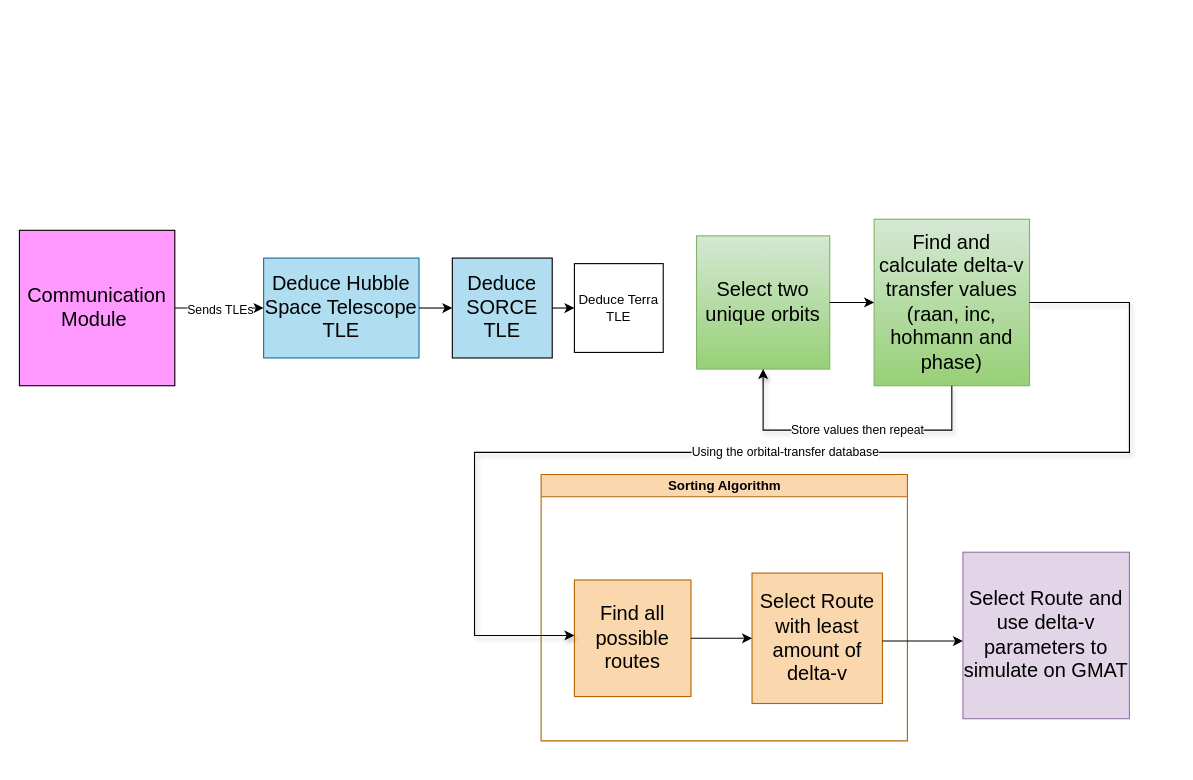
This is Code approach.drawio from zalak0/Repair_Satellite_Code, a draw.io file, before an edit. Source tidied: cells renumbered, new cells numbered last; positions are measured from the earlier drawing's top-left corner, leaving out a move shared by most shapes. Both pictures are drawn from the tidied source at 111%, with x=0, y=0 at pixel (19, 219).
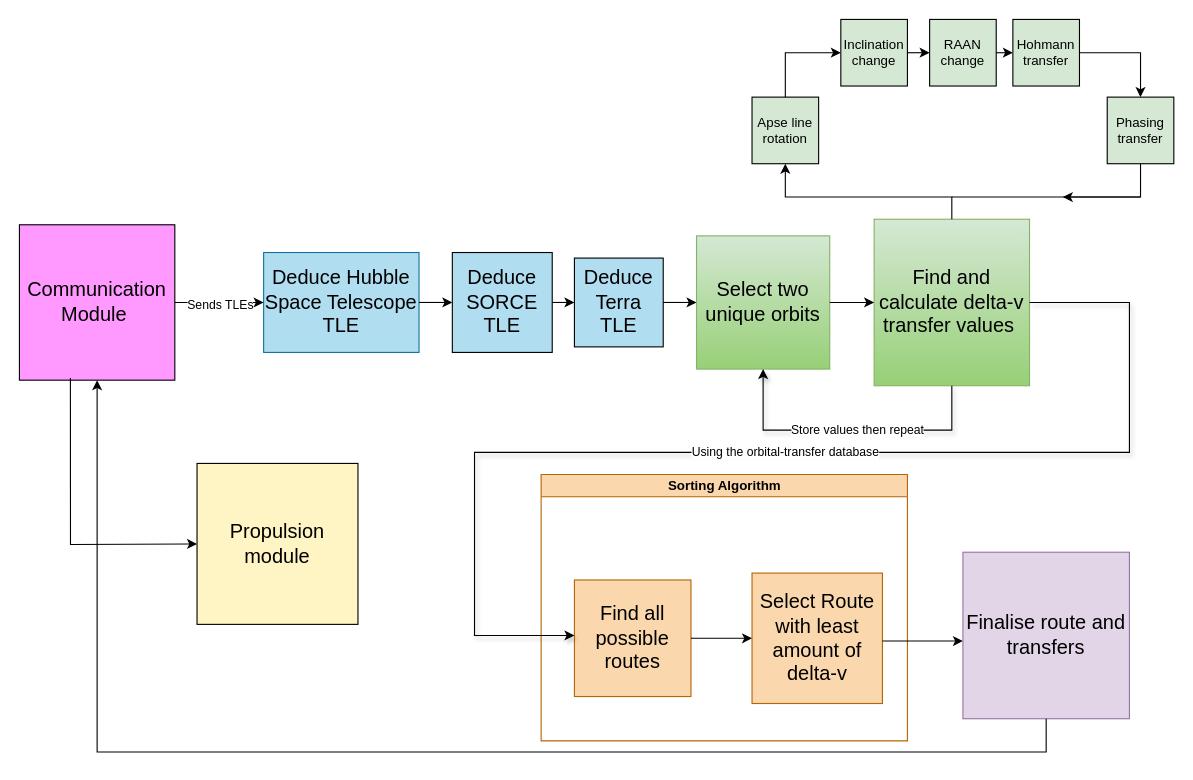
The same diagram, later.

Unchanged cells that the change refers to:
```xml
<mxCell id="8" value="Select two unique orbits" style="rounded=0;whiteSpace=wrap;html=1;fontSize=18;fillColor=#d5e8d4;gradientColor=#97d077;strokeColor=#82b366;" parent="1" vertex="1">
  <mxGeometry x="610" y="15" width="120" height="120" as="geometry" />
</mxCell>
```

The edit, as a diff of the source:
```diff
@@
     <mxCell id="7" value="Deduce Hubble Space Telescope TLE" style="rounded=0;whiteSpace=wrap;html=1;fontSize=18;fillColor=#B1DDF0;strokeColor=#10739e;" parent="1" vertex="1">
-      <mxGeometry x="220" y="35" width="140" height="90" as="geometry" />
+      <mxGeometry x="220" y="30" width="140" height="90" as="geometry" />
     </mxCell>
@@
-    <mxCell id="9" value="Find and calculate delta-v transfer values (raan, inc, hohmann and phase)" style="rounded=0;whiteSpace=wrap;html=1;fontSize=18;fillColor=#d5e8d4;gradientColor=#97d077;strokeColor=#82b366;" parent="1" vertex="1">
+    <mxCell id="9" value="Find and calculate delta-v transfer values&amp;nbsp;" style="rounded=0;whiteSpace=wrap;html=1;fontSize=18;fillColor=#D5E8D4;gradientColor=#97d077;strokeColor=#82b366;" parent="1" vertex="1">
       <mxGeometry x="770" width="140" height="150" as="geometry" />
     </mxCell>
@@
-    <mxCell id="13" value="Select Route and use delta-v parameters to simulate on GMAT" style="whiteSpace=wrap;html=1;fontSize=18;fillColor=#e1d5e7;strokeColor=#9673a6;" parent="1" vertex="1">
+    <mxCell id="13" value="Finalise route and transfers" style="whiteSpace=wrap;html=1;fontSize=18;fillColor=#e1d5e7;strokeColor=#9673a6;" parent="1" vertex="1">
       <mxGeometry x="850" y="300" width="150" height="150" as="geometry" />
     </mxCell>
@@
     <mxCell id="15" value="&lt;font style=&quot;font-size: 18px;&quot;&gt;Communication Module&amp;nbsp;&lt;/font&gt;" style="whiteSpace=wrap;html=1;fillColor=#FF99FF;" parent="1" vertex="1">
-      <mxGeometry y="10" width="140" height="140" as="geometry" />
+      <mxGeometry y="5" width="140" height="140" as="geometry" />
     </mxCell>
@@
     <mxCell id="18" value="&lt;font style=&quot;font-size: 18px;&quot;&gt;Deduce SORCE TLE&lt;/font&gt;" style="whiteSpace=wrap;html=1;fillColor=#B1DDf0;" parent="1" vertex="1">
-      <mxGeometry x="390" y="35" width="90" height="90" as="geometry" />
+      <mxGeometry x="390" y="30" width="90" height="90" as="geometry" />
     </mxCell>
@@
-    <mxCell id="20" value="Deduce Terra TLE" style="whiteSpace=wrap;html=1;" parent="1" vertex="1">
-      <mxGeometry x="500" y="40" width="80" height="80" as="geometry" />
+    <mxCell id="20" value="&lt;font style=&quot;font-size: 18px;&quot;&gt;Deduce Terra TLE&lt;/font&gt;" style="whiteSpace=wrap;html=1;fillColor=#B1DDF0;" parent="1" vertex="1">
+      <mxGeometry x="500" y="35" width="80" height="80" as="geometry" />
     </mxCell>
+    <mxCell id="21" style="endArrow=classic;html=1;rounded=0;exitX=1;exitY=0.5;exitDx=0;exitDy=0;entryX=0;entryY=0.5;entryDx=0;entryDy=0;" parent="1" edge="1" source="20" target="8">
+      <mxGeometry relative="1" as="geometry" />
+    </mxCell>
+    <mxCell id="22" style="endArrow=classic;html=1;rounded=0;exitX=0.5;exitY=1;exitDx=0;exitDy=0;entryX=0.5;entryY=1;entryDx=0;entryDy=0;" parent="1" edge="1" source="13" target="15">
+      <mxGeometry relative="1" as="geometry">
+        <Array as="points">
+          <mxPoint x="925" y="480" />
+          <mxPoint x="70" y="480" />
+        </Array>
+      </mxGeometry>
+    </mxCell>
+    <mxCell id="23" value="&lt;font style=&quot;font-size: 18px;&quot;&gt;Propulsion module&lt;/font&gt;" style="whiteSpace=wrap;html=1;fillColor=#FFF4C3;" parent="1" vertex="1">
+      <mxGeometry x="160" y="220" width="145" height="145" as="geometry" />
+    </mxCell>
+    <mxCell id="24" style="endArrow=classic;html=1;rounded=0;exitX=0.5;exitY=0;exitDx=0;exitDy=0;entryX=0.5;entryY=1;entryDx=0;entryDy=0;" parent="1" edge="1" source="9" target="25">
+      <mxGeometry relative="1" as="geometry">
+        <Array as="points">
+          <mxPoint x="840" y="-20" />
+          <mxPoint x="690" y="-20" />
+        </Array>
+      </mxGeometry>
+    </mxCell>
+    <mxCell id="25" value="Apse line rotation" style="whiteSpace=wrap;html=1;fillColor=#D5E8D4;" parent="1" vertex="1">
+      <mxGeometry x="660" y="-110" width="60" height="60" as="geometry" />
+    </mxCell>
+    <mxCell id="26" style="endArrow=classic;html=1;rounded=0;entryX=0;entryY=0.5;entryDx=0;entryDy=0;exitX=0.5;exitY=0;exitDx=0;exitDy=0;" parent="1" edge="1" source="25" target="27">
+      <mxGeometry relative="1" as="geometry">
+        <Array as="points">
+          <mxPoint x="690" y="-150" />
+        </Array>
+      </mxGeometry>
+    </mxCell>
+    <mxCell id="27" value="Inclination change" style="whiteSpace=wrap;html=1;fillColor=#D5E8D4;" parent="1" vertex="1">
+      <mxGeometry x="740" y="-180" width="60" height="60" as="geometry" />
+    </mxCell>
+    <mxCell id="28" style="endArrow=classic;html=1;rounded=0;exitX=1;exitY=0.5;exitDx=0;exitDy=0;entryX=0;entryY=0.5;entryDx=0;entryDy=0;" parent="1" edge="1" source="27" target="29">
+      <mxGeometry relative="1" as="geometry" />
+    </mxCell>
+    <mxCell id="29" value="RAAN change" style="whiteSpace=wrap;html=1;fillColor=#D5E8D4;" parent="1" vertex="1">
+      <mxGeometry x="820" y="-180" width="60" height="60" as="geometry" />
+    </mxCell>
+    <mxCell id="30" style="endArrow=classic;html=1;rounded=0;exitX=1;exitY=0.5;exitDx=0;exitDy=0;" parent="1" edge="1" source="34">
+      <mxGeometry relative="1" as="geometry">
+        <mxPoint x="940" y="-150" as="targetPoint" />
+      </mxGeometry>
+    </mxCell>
+    <mxCell id="31" style="endArrow=classic;html=1;rounded=0;exitX=1;exitY=0.5;exitDx=0;exitDy=0;entryX=0;entryY=0.5;entryDx=0;entryDy=0;" parent="1" edge="1" source="34" target="32">
+      <mxGeometry relative="1" as="geometry">
+        <Array as="points">
+          <mxPoint x="1010" y="-150" />
+        </Array>
+      </mxGeometry>
+    </mxCell>
+    <mxCell id="32" value="Phasing transfer" style="whiteSpace=wrap;html=1;fillColor=#D5E8D4;direction=south;" parent="1" vertex="1">
+      <mxGeometry x="980" y="-110" width="60" height="60" as="geometry" />
+    </mxCell>
+    <mxCell id="33" style="endArrow=classic;html=1;rounded=0;exitX=1;exitY=0.5;exitDx=0;exitDy=0;" parent="1" edge="1" source="29" target="34">
+      <mxGeometry relative="1" as="geometry" />
+    </mxCell>
+    <mxCell id="34" value="Hohmann transfer" style="whiteSpace=wrap;html=1;fillColor=#D5E8D4;" parent="1" vertex="1">
+      <mxGeometry x="895" y="-180" width="60" height="60" as="geometry" />
+    </mxCell>
+    <mxCell id="35" style="endArrow=classic;html=1;rounded=0;exitX=1;exitY=0.5;exitDx=0;exitDy=0;" parent="1" edge="1" source="32">
+      <mxGeometry relative="1" as="geometry">
+        <mxPoint x="940" y="-20" as="targetPoint" />
+        <Array as="points">
+          <mxPoint x="1010" y="-20" />
+        </Array>
+      </mxGeometry>
+    </mxCell>
+    <mxCell id="36" style="endArrow=none;html=1;rounded=0;" parent="1" edge="1">
+      <mxGeometry relative="1" as="geometry">
+        <mxPoint x="840" y="-20" as="sourcePoint" />
+        <mxPoint x="1010" y="-20" as="targetPoint" />
+      </mxGeometry>
+    </mxCell>
+    <mxCell id="37" style="endArrow=classic;html=1;rounded=0;entryX=0;entryY=0.5;entryDx=0;entryDy=0;exitX=0.328;exitY=0.986;exitDx=0;exitDy=0;exitPerimeter=0;" parent="1" edge="1" source="15" target="23">
+      <mxGeometry relative="1" as="geometry">
+        <Array as="points">
+          <mxPoint x="46" y="293" />
+        </Array>
+      </mxGeometry>
+    </mxCell>
```
